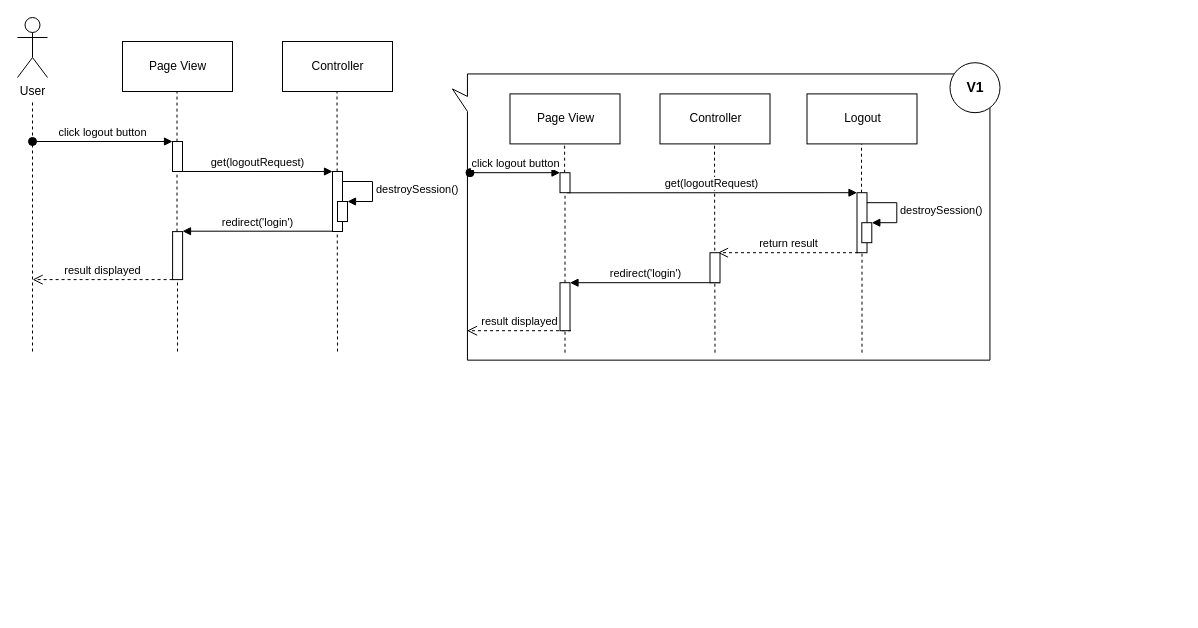
This is docs/SequenceDiagram/diagrams/SD-UC-02.drawio from youngkwon02/Enhanced-library-management, a draw.io file, before an edit. Source tidied: cells renumbered, new cells numbered last; positions are measured from the earlier drawing's top-left corner, leaving out a move shared by most shapes. Both pictures are drawn from the tidied source at 100%, with x=0, y=0 at pixel (17, -52).
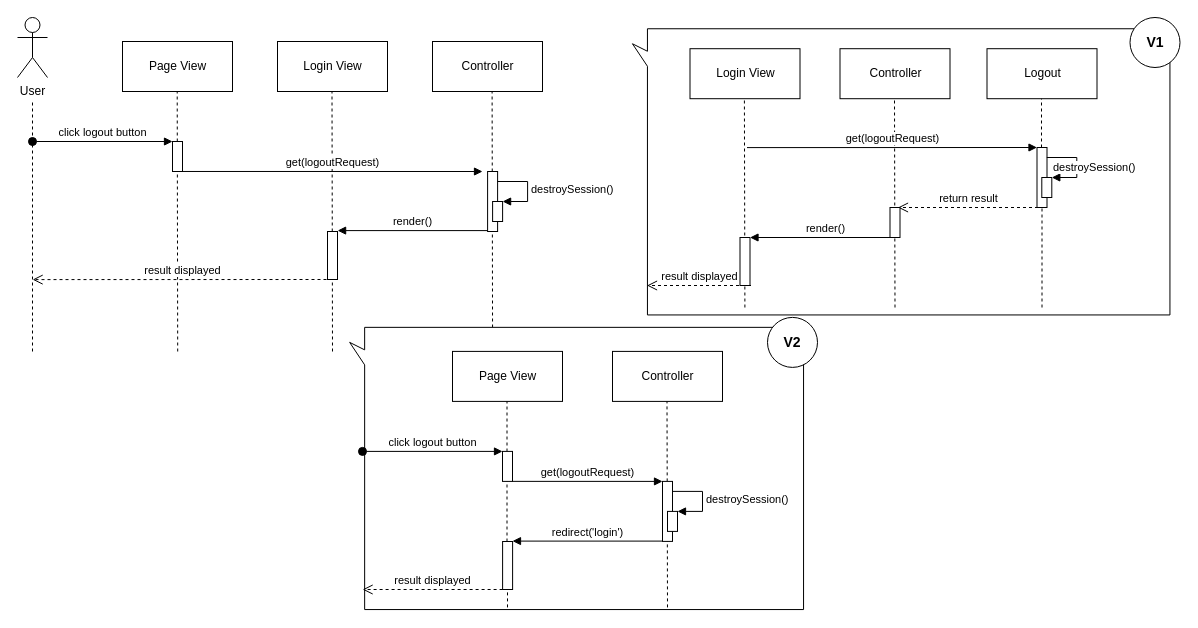
The same page after the edit.

Unchanged cells that the change refers to:
```xml
<mxCell id="8" style="html=1;points=[];perimeter=orthogonalPerimeter;" parent="1" vertex="1">
  <mxGeometry x="155" y="193" width="10" height="30" as="geometry" />
</mxCell>
```

What changed in the source:
```diff
@@
+    <mxCell id="7" style="endArrow=none;dashed=1;html=1;" parent="1" edge="1">
+      <mxGeometry relative="1" as="geometry">
+        <mxPoint x="475.1" y="403" as="sourcePoint" />
+        <mxPoint x="474.6" y="143" as="targetPoint" />
+      </mxGeometry>
+    </mxCell>
+    <mxCell id="41" style="endArrow=none;dashed=1;html=1;" parent="1" edge="1">
+      <mxGeometry relative="1" as="geometry">
+        <mxPoint x="160.2" y="403" as="sourcePoint" />
+        <mxPoint x="159.7" y="143" as="targetPoint" />
+      </mxGeometry>
+    </mxCell>
+    <mxCell id="42" style="whiteSpace=wrap;html=1;shape=mxgraph.basic.rectCallout;dx=30;dy=15;boundedLbl=1;rotation=90;" parent="1" vertex="1">
+      <mxGeometry x="418" y="293" width="282.2" height="453.9" as="geometry" />
+    </mxCell>
+    <mxCell id="43" value="&lt;font style=&quot;font-size: 14px&quot;&gt;&lt;b&gt;V2&lt;/b&gt;&lt;/font&gt;" style="ellipse;whiteSpace=wrap;html=1;" parent="1" vertex="1">
+      <mxGeometry x="750" y="368.9" width="50" height="50" as="geometry" />
+    </mxCell>
@@
     <mxCell id="4" value="Controller" style="html=1;" parent="1" vertex="1">
-      <mxGeometry x="265" y="93" width="110" height="50" as="geometry" />
+      <mxGeometry x="415" y="93" width="110" height="50" as="geometry" />
     </mxCell>
@@
-    <mxCell id="6" style="endArrow=none;dashed=1;html=1;startArrow=none;" parent="1" edge="1" source="16">
-      <mxGeometry relative="1" as="geometry">
-        <mxPoint x="159.5" y="143" as="targetPoint" />
-      </mxGeometry>
-    </mxCell>
-    <mxCell id="7" style="endArrow=none;dashed=1;html=1;" parent="1" edge="1">
-      <mxGeometry relative="1" as="geometry">
-        <mxPoint x="320" y="403" as="sourcePoint" />
-        <mxPoint x="319.5" y="143" as="targetPoint" />
-      </mxGeometry>
-    </mxCell>
@@
     <mxCell id="10" style="html=1;perimeter=orthogonalPerimeter;" parent="1" vertex="1">
-      <mxGeometry x="315" y="223" width="10" height="60" as="geometry" />
+      <mxGeometry x="470.1" y="223" width="10" height="60" as="geometry" />
     </mxCell>
-    <mxCell id="11" value="get(logoutRequest)" style="html=1;verticalAlign=bottom;endArrow=block;exitX=1.01;exitY=0.999;exitDx=0;exitDy=0;exitPerimeter=0;" parent="1" edge="1" source="8">
-      <mxGeometry relative="1" as="geometry">
-        <mxPoint x="315" y="223" as="targetPoint" />
-      </mxGeometry>
-    </mxCell>
     <mxCell id="12" style="html=1;points=[];perimeter=orthogonalPerimeter;" parent="1" vertex="1">
-      <mxGeometry x="320" y="253" width="10" height="20" as="geometry" />
+      <mxGeometry x="475.1" y="253" width="10" height="20" as="geometry" />
     </mxCell>
     <mxCell id="13" value="destroySession()" style="edgeStyle=orthogonalEdgeStyle;html=1;align=left;spacingLeft=2;endArrow=block;rounded=0;entryX=1;entryY=0;" parent="1" edge="1" target="12">
       <mxGeometry relative="1" as="geometry">
-        <mxPoint x="325" y="233" as="sourcePoint" />
+        <mxPoint x="480.1" y="233" as="sourcePoint" />
         <Array as="points">
-          <mxPoint x="355" y="233" />
+          <mxPoint x="510.1" y="233" />
         </Array>
       </mxGeometry>
     </mxCell>
-    <mxCell id="14" value="redirect('login')" style="html=1;verticalAlign=bottom;endArrow=block;exitX=-0.008;exitY=0.998;exitDx=0;exitDy=0;exitPerimeter=0;" parent="1" edge="1">
+    <mxCell id="14" value="render()" style="html=1;verticalAlign=bottom;endArrow=block;exitX=-0.008;exitY=0.998;exitDx=0;exitDy=0;exitPerimeter=0;" parent="1" edge="1">
       <mxGeometry relative="1" as="geometry">
-        <mxPoint x="315" y="282.7" as="sourcePoint" />
-        <mxPoint x="165" y="282.7" as="targetPoint" />
+        <mxPoint x="470.1" y="282.1" as="sourcePoint" />
+        <mxPoint x="320.1" y="282.1" as="targetPoint" />
       </mxGeometry>
     </mxCell>
     <mxCell id="15" value="result displayed" style="html=1;verticalAlign=bottom;endArrow=open;dashed=1;endSize=8;" parent="1" edge="1">
       <mxGeometry relative="1" as="geometry">
-        <mxPoint x="155.1" y="331.1" as="sourcePoint" />
+        <mxPoint x="315" y="331" as="sourcePoint" />
         <mxPoint x="15.1" y="331.1" as="targetPoint" />
       </mxGeometry>
     </mxCell>
-    <mxCell id="16" style="html=1;points=[];perimeter=orthogonalPerimeter;" parent="1" vertex="1">
-      <mxGeometry x="155.1" y="283.1" width="10" height="48" as="geometry" />
-    </mxCell>
-    <mxCell id="17" style="endArrow=none;dashed=1;html=1;" parent="1" edge="1" target="16">
-      <mxGeometry relative="1" as="geometry">
-        <mxPoint x="160" y="403" as="sourcePoint" />
-      </mxGeometry>
-    </mxCell>
-    <mxCell id="18" style="group;" parent="1" vertex="1">
-      <mxGeometry x="435" y="114.2" width="547.5" height="297.5" as="geometry" />
-    </mxCell>
+    <mxCell id="44" value="Controller" style="html=1;" parent="1" vertex="1">
+      <mxGeometry x="595" y="402.9" width="110" height="50" as="geometry" />
+    </mxCell>
+    <mxCell id="45" value="Page View" style="html=1;" parent="1" vertex="1">
+      <mxGeometry x="435" y="402.9" width="110" height="50" as="geometry" />
+    </mxCell>
+    <mxCell id="46" style="endArrow=none;dashed=1;html=1;startArrow=none;" parent="1" edge="1" source="55">
+      <mxGeometry relative="1" as="geometry">
+        <mxPoint x="489.5" y="452.9" as="targetPoint" />
+      </mxGeometry>
+    </mxCell>
+    <mxCell id="47" style="endArrow=none;dashed=1;html=1;" parent="1" edge="1">
+      <mxGeometry relative="1" as="geometry">
+        <mxPoint x="650" y="658.9" as="sourcePoint" />
+        <mxPoint x="649.5" y="452.9" as="targetPoint" />
+      </mxGeometry>
+    </mxCell>
+    <mxCell id="48" style="html=1;points=[];perimeter=orthogonalPerimeter;" parent="1" vertex="1">
+      <mxGeometry x="485" y="502.9" width="10" height="30" as="geometry" />
+    </mxCell>
+    <mxCell id="30" value="click logout button" style="html=1;verticalAlign=bottom;startArrow=oval;endArrow=block;startSize=8;" parent="1" edge="1" target="48">
+      <mxGeometry relative="1" as="geometry">
+        <mxPoint x="345" y="502.9" as="sourcePoint" />
+      </mxGeometry>
+    </mxCell>
+    <mxCell id="49" style="html=1;perimeter=orthogonalPerimeter;" parent="1" vertex="1">
+      <mxGeometry x="645" y="532.9" width="10" height="60" as="geometry" />
+    </mxCell>
+    <mxCell id="50" value="get(logoutRequest)" style="html=1;verticalAlign=bottom;endArrow=block;exitX=1.01;exitY=0.999;exitDx=0;exitDy=0;exitPerimeter=0;" parent="1" edge="1" source="48">
+      <mxGeometry relative="1" as="geometry">
+        <mxPoint x="645" y="532.9" as="targetPoint" />
+      </mxGeometry>
+    </mxCell>
+    <mxCell id="51" style="html=1;points=[];perimeter=orthogonalPerimeter;" parent="1" vertex="1">
+      <mxGeometry x="650" y="562.9" width="10" height="20" as="geometry" />
+    </mxCell>
+    <mxCell id="52" value="destroySession()" style="edgeStyle=orthogonalEdgeStyle;html=1;align=left;spacingLeft=2;endArrow=block;rounded=0;entryX=1;entryY=0;" parent="1" edge="1" target="51">
+      <mxGeometry relative="1" as="geometry">
+        <mxPoint x="655" y="542.9" as="sourcePoint" />
+        <Array as="points">
+          <mxPoint x="685" y="542.9" />
+        </Array>
+      </mxGeometry>
+    </mxCell>
+    <mxCell id="53" value="redirect('login')" style="html=1;verticalAlign=bottom;endArrow=block;exitX=-0.008;exitY=0.998;exitDx=0;exitDy=0;exitPerimeter=0;" parent="1" edge="1">
+      <mxGeometry relative="1" as="geometry">
+        <mxPoint x="645" y="592.6" as="sourcePoint" />
+        <mxPoint x="495" y="592.6" as="targetPoint" />
+      </mxGeometry>
+    </mxCell>
+    <mxCell id="54" value="result displayed" style="html=1;verticalAlign=bottom;endArrow=open;dashed=1;endSize=8;" parent="1" edge="1">
+      <mxGeometry relative="1" as="geometry">
+        <mxPoint x="485.1" y="641" as="sourcePoint" />
+        <mxPoint x="345.1" y="641" as="targetPoint" />
+      </mxGeometry>
+    </mxCell>
+    <mxCell id="55" style="html=1;points=[];perimeter=orthogonalPerimeter;" parent="1" vertex="1">
+      <mxGeometry x="485.1" y="593" width="10" height="48" as="geometry" />
+    </mxCell>
+    <mxCell id="56" style="endArrow=none;dashed=1;html=1;" parent="1" edge="1" target="55">
+      <mxGeometry relative="1" as="geometry">
+        <mxPoint x="490" y="658.9" as="sourcePoint" />
+      </mxGeometry>
+    </mxCell>
+    <mxCell id="57" style="group;" parent="1" vertex="1">
+      <mxGeometry x="615" y="69" width="547.5" height="297.5" as="geometry" />
+    </mxCell>
-    <mxCell id="19" style="whiteSpace=wrap;html=1;shape=mxgraph.basic.rectCallout;dx=30;dy=15;boundedLbl=1;rotation=90;" parent="18" vertex="1">
+    <mxCell id="19" style="whiteSpace=wrap;html=1;shape=mxgraph.basic.rectCallout;dx=30;dy=15;boundedLbl=1;rotation=90;" parent="57" vertex="1">
       <mxGeometry x="125.6" y="-114.4" width="286.2" height="537.5" as="geometry" />
     </mxCell>
-    <mxCell id="20" value="Controller" style="html=1;" parent="18" vertex="1">
+    <mxCell id="20" value="Controller" style="html=1;" parent="57" vertex="1">
       <mxGeometry x="207.5" y="31.2" width="110" height="50" as="geometry" />
     </mxCell>
-    <mxCell id="21" value="Logout" style="html=1;" parent="18" vertex="1">
+    <mxCell id="21" value="Logout" style="html=1;" parent="57" vertex="1">
       <mxGeometry x="354.5" y="31.2" width="110" height="50" as="geometry" />
     </mxCell>
-    <mxCell id="22" value="&lt;font style=&quot;font-size: 14px&quot;&gt;&lt;b&gt;V1&lt;/b&gt;&lt;/font&gt;" style="ellipse;whiteSpace=wrap;html=1;" parent="18" vertex="1">
+    <mxCell id="22" value="&lt;font style=&quot;font-size: 14px&quot;&gt;&lt;b&gt;V1&lt;/b&gt;&lt;/font&gt;" style="ellipse;whiteSpace=wrap;html=1;" parent="57" vertex="1">
       <mxGeometry x="497.5" width="50" height="50" as="geometry" />
     </mxCell>
-    <mxCell id="23" style="endArrow=none;dashed=1;html=1;" parent="18" edge="1">
-      <mxGeometry relative="1" as="geometry">
+    <mxCell id="23" style="endArrow=none;dashed=1;html=1;" parent="57" edge="1">
+      <mxGeometry as="geometry">
         <mxPoint x="262.5" y="290" as="sourcePoint" />
         <mxPoint x="262" y="81.2" as="targetPoint" />
       </mxGeometry>
     </mxCell>
-    <mxCell id="24" style="endArrow=none;dashed=1;html=1;startArrow=none;" parent="18" edge="1" source="31">
-      <mxGeometry relative="1" as="geometry">
+    <mxCell id="24" style="endArrow=none;dashed=1;html=1;startArrow=none;" parent="57" edge="1" source="31">
+      <mxGeometry as="geometry">
         <mxPoint x="409" y="81.2" as="targetPoint" />
       </mxGeometry>
     </mxCell>
-    <mxCell id="25" value="get(logoutRequest)" style="html=1;verticalAlign=bottom;endArrow=block;" parent="18" edge="1">
-      <mxGeometry relative="1" as="geometry">
+    <mxCell id="25" value="get(logoutRequest)" style="html=1;verticalAlign=bottom;endArrow=block;" parent="57" edge="1">
+      <mxGeometry as="geometry">
         <mxPoint x="114.5" y="130.1" as="sourcePoint" />
         <mxPoint x="404.5" y="130" as="targetPoint" />
       </mxGeometry>
     </mxCell>
-    <mxCell id="26" value="Page View" style="html=1;" parent="18" vertex="1">
+    <mxCell id="26" value="Login View" style="html=1;" parent="57" vertex="1">
       <mxGeometry x="57.5" y="31.2" width="110" height="50" as="geometry" />
     </mxCell>
-    <mxCell id="27" style="endArrow=none;dashed=1;html=1;startArrow=none;" parent="18" edge="1" source="28">
-      <mxGeometry relative="1" as="geometry">
-        <mxPoint x="112.1" y="81.2" as="targetPoint" />
-      </mxGeometry>
-    </mxCell>
-    <mxCell id="28" style="html=1;points=[];perimeter=orthogonalPerimeter;" parent="18" vertex="1">
-      <mxGeometry x="107.5" y="110" width="10" height="20" as="geometry" />
-    </mxCell>
-    <mxCell id="29" style="endArrow=none;dashed=1;html=1;startArrow=none;" parent="18" edge="1" source="39" target="28">
-      <mxGeometry relative="1" as="geometry" />
-    </mxCell>
-    <mxCell id="30" value="click logout button" style="html=1;verticalAlign=bottom;startArrow=oval;endArrow=block;startSize=8;" parent="18" edge="1">
-      <mxGeometry relative="1" as="geometry">
-        <mxPoint x="17.5" y="110" as="sourcePoint" />
-        <mxPoint x="107.5" y="110" as="targetPoint" />
-      </mxGeometry>
-    </mxCell>
-    <mxCell id="31" style="html=1;points=[];perimeter=orthogonalPerimeter;" parent="18" vertex="1">
+    <mxCell id="31" style="html=1;points=[];perimeter=orthogonalPerimeter;" parent="57" vertex="1">
       <mxGeometry x="404.5" y="130" width="10" height="60" as="geometry" />
     </mxCell>
-    <mxCell id="32" style="endArrow=none;dashed=1;html=1;" parent="18" edge="1" target="31">
-      <mxGeometry relative="1" as="geometry">
+    <mxCell id="32" style="endArrow=none;dashed=1;html=1;" parent="57" edge="1" target="31">
+      <mxGeometry as="geometry">
         <mxPoint x="409.5" y="290" as="sourcePoint" />
       </mxGeometry>
     </mxCell>
-    <mxCell id="33" style="html=1;points=[];perimeter=orthogonalPerimeter;" parent="18" vertex="1">
+    <mxCell id="33" style="html=1;points=[];perimeter=orthogonalPerimeter;" parent="57" vertex="1">
       <mxGeometry x="409.3" y="160" width="10" height="20" as="geometry" />
     </mxCell>
-    <mxCell id="34" value="destroySession()" style="edgeStyle=orthogonalEdgeStyle;html=1;align=left;spacingLeft=2;endArrow=block;rounded=0;entryX=1;entryY=0;" parent="18" edge="1" target="33">
-      <mxGeometry relative="1" as="geometry">
+    <mxCell id="34" value="destroySession()" style="edgeStyle=orthogonalEdgeStyle;html=1;align=left;spacingLeft=2;endArrow=block;rounded=0;entryX=1;entryY=0;" parent="57" edge="1" target="33">
+      <mxGeometry as="geometry">
         <mxPoint x="414.3" y="140" as="sourcePoint" />
         <Array as="points">
           <mxPoint x="444.3" y="140" />
         </Array>
       </mxGeometry>
     </mxCell>
-    <mxCell id="35" value="redirect('login')" style="html=1;verticalAlign=bottom;endArrow=block;exitX=-0.008;exitY=0.998;exitDx=0;exitDy=0;exitPerimeter=0;" parent="18" edge="1">
-      <mxGeometry relative="1" as="geometry">
+    <mxCell id="35" value="render()" style="html=1;verticalAlign=bottom;endArrow=block;exitX=-0.008;exitY=0.998;exitDx=0;exitDy=0;exitPerimeter=0;" parent="57" edge="1">
+      <mxGeometry as="geometry">
         <mxPoint x="267.5" y="220" as="sourcePoint" />
         <mxPoint x="117.5" y="220" as="targetPoint" />
       </mxGeometry>
     </mxCell>
-    <mxCell id="36" value="result displayed" style="html=1;verticalAlign=bottom;endArrow=open;dashed=1;endSize=8;" parent="18" edge="1">
-      <mxGeometry relative="1" as="geometry">
+    <mxCell id="36" value="result displayed" style="html=1;verticalAlign=bottom;endArrow=open;dashed=1;endSize=8;" parent="57" edge="1">
+      <mxGeometry as="geometry">
         <mxPoint x="118.5" y="268" as="sourcePoint" />
         <mxPoint x="14.5" y="268" as="targetPoint" />
       </mxGeometry>
     </mxCell>
-    <mxCell id="37" value="return result" style="html=1;verticalAlign=bottom;endArrow=open;dashed=1;endSize=8;" parent="18" edge="1">
-      <mxGeometry relative="1" as="geometry">
+    <mxCell id="37" value="return result" style="html=1;verticalAlign=bottom;endArrow=open;dashed=1;endSize=8;" parent="57" edge="1">
+      <mxGeometry as="geometry">
         <mxPoint x="405.5" y="190" as="sourcePoint" />
         <mxPoint x="265.5" y="190" as="targetPoint" />
       </mxGeometry>
     </mxCell>
-    <mxCell id="38" style="html=1;perimeter=orthogonalPerimeter;" parent="18" vertex="1">
+    <mxCell id="38" style="html=1;perimeter=orthogonalPerimeter;" parent="57" vertex="1">
       <mxGeometry x="257.5" y="190" width="10" height="30" as="geometry" />
     </mxCell>
+    <mxCell id="58" style="endArrow=none;dashed=1;html=1;" parent="57" edge="1">
+      <mxGeometry x="-880.1" y="-86" as="geometry">
+        <mxPoint x="112.4" y="290" as="sourcePoint" />
+        <mxPoint x="111.9" y="81.2" as="targetPoint" />
+      </mxGeometry>
+    </mxCell>
-    <mxCell id="39" style="html=1;points=[];perimeter=orthogonalPerimeter;" parent="18" vertex="1">
+    <mxCell id="39" style="html=1;points=[];perimeter=orthogonalPerimeter;" parent="57" vertex="1">
       <mxGeometry x="107.5" y="220" width="10" height="48" as="geometry" />
     </mxCell>
-    <mxCell id="40" style="endArrow=none;dashed=1;html=1;" parent="18" edge="1" target="39">
-      <mxGeometry relative="1" as="geometry">
-        <mxPoint x="112.5" y="290" as="sourcePoint" />
-      </mxGeometry>
-    </mxCell>
+    <mxCell id="59" value="Login View" style="html=1;" parent="1" vertex="1">
+      <mxGeometry x="260" y="93" width="110" height="50" as="geometry" />
+    </mxCell>
+    <mxCell id="60" style="endArrow=none;dashed=1;html=1;" parent="1" edge="1">
+      <mxGeometry relative="1" as="geometry">
+        <mxPoint x="315" y="403" as="sourcePoint" />
+        <mxPoint x="314.5" y="143" as="targetPoint" />
+      </mxGeometry>
+    </mxCell>
+    <mxCell id="61" style="html=1;perimeter=orthogonalPerimeter;" parent="1" vertex="1">
+      <mxGeometry x="310" y="283" width="10" height="48" as="geometry" />
+    </mxCell>
+    <mxCell id="11" value="get(logoutRequest)" style="html=1;verticalAlign=bottom;endArrow=block;exitX=1.01;exitY=0.999;exitDx=0;exitDy=0;exitPerimeter=0;" parent="1" edge="1" source="8">
+      <mxGeometry relative="1" as="geometry">
+        <mxPoint x="465" y="223" as="targetPoint" />
+      </mxGeometry>
+    </mxCell>
```
